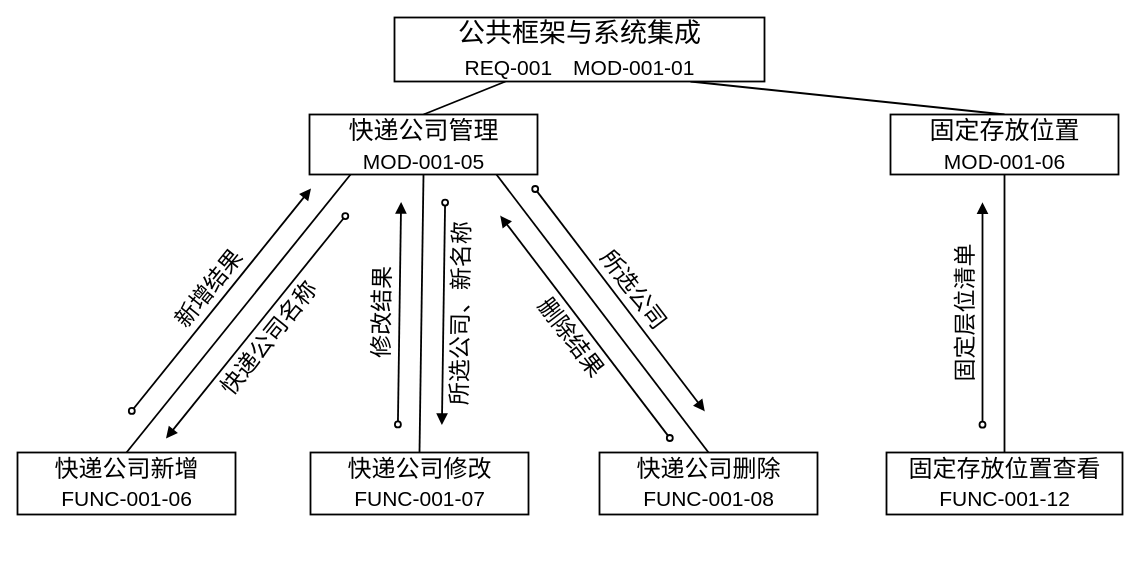
Above: page "基础信息" (2 of 3) of docs/design/architecture/REQ-001/REQ-001_模块结构图.drawio in ZhenyuYangK/HDU-campus-express-management (draw.io), before the change. Source tidied: cells renumbered, new cells numbered last; positions are measured from the earlier drawing's top-left corner, leaving out a move shared by most shapes. Both pictures are drawn from the tidied source at 100%, with x=0, y=0 at pixel (17, 17).
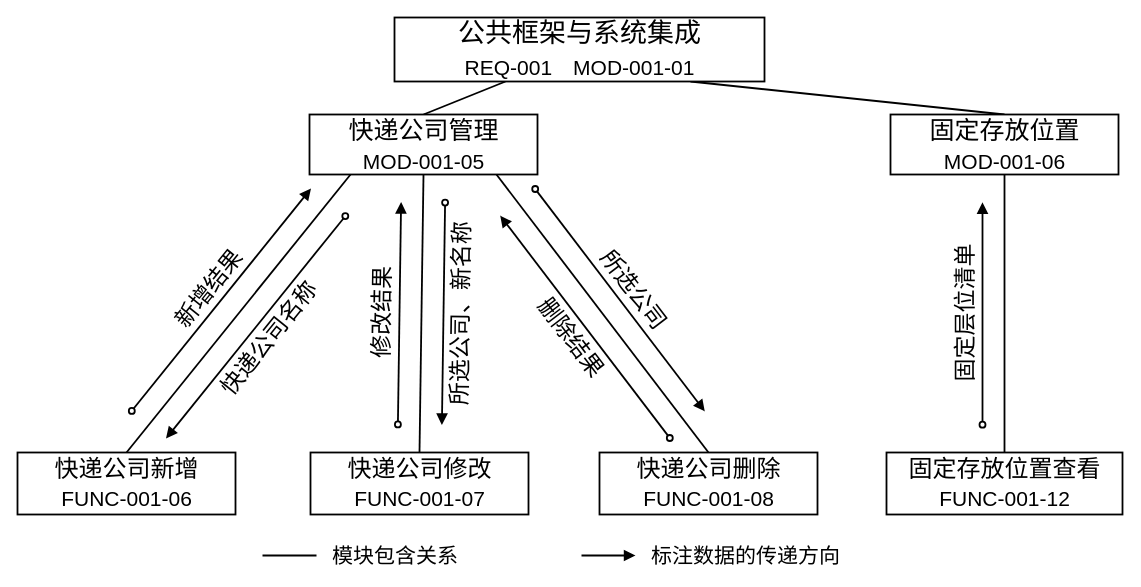
The same diagram, later.

Change to the diagram source:
```diff
@@
+    <mxCell id="29" style="strokeColor=#000000;strokeWidth=1.8;rounded=0;startArrow=none;endArrow=none;endSize=7;endFill=1;" parent="1" edge="1">
+      <mxGeometry relative="1" as="geometry">
+        <mxPoint x="245" y="538" as="sourcePoint" />
+        <mxPoint x="299" y="538" as="targetPoint" />
+      </mxGeometry>
+    </mxCell>
+    <mxCell id="30" value="模块包含关系" style="text;strokeColor=none;fillColor=none;html=1;whiteSpace=nowrap;verticalAlign=middle;fontColor=#000000;fontFamily=Microsoft YaHei;align=left;fontSize=21;spacing=0;" parent="1" vertex="1">
+      <mxGeometry x="315" y="524" width="300" height="28" as="geometry" />
+    </mxCell>
+    <mxCell id="31" style="strokeColor=#000000;strokeWidth=1.8;rounded=0;startArrow=none;endArrow=block;endSize=7;endFill=1;" parent="1" edge="1">
+      <mxGeometry relative="1" as="geometry">
+        <mxPoint x="564" y="538" as="sourcePoint" />
+        <mxPoint x="618" y="538" as="targetPoint" />
+      </mxGeometry>
+    </mxCell>
+    <mxCell id="32" value="标注数据的传递方向" style="text;strokeColor=none;fillColor=none;html=1;whiteSpace=nowrap;verticalAlign=middle;fontColor=#000000;fontFamily=Microsoft YaHei;align=left;fontSize=21;spacing=0;" parent="1" vertex="1">
+      <mxGeometry x="634" y="524" width="260" height="28" as="geometry" />
+    </mxCell>
```
